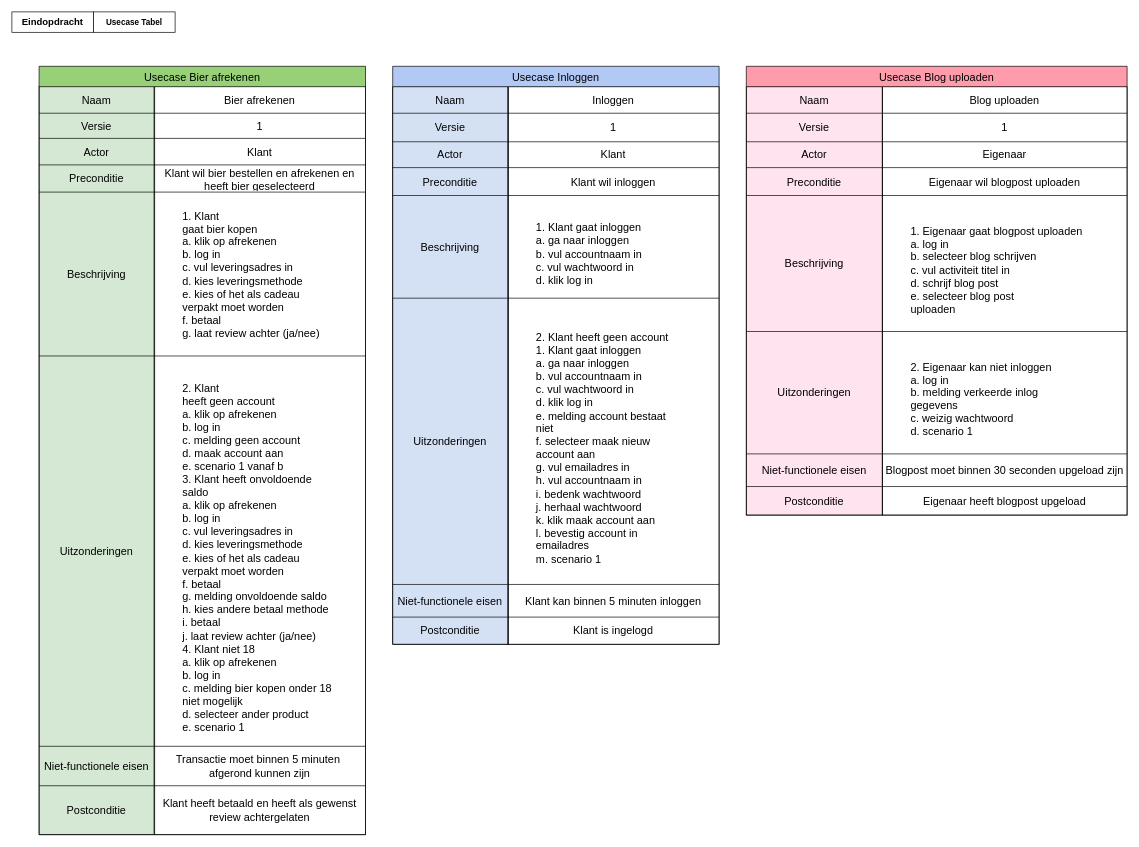
Above: page "Usecase_tabel" (3 of 4) of ProcesanalyseEindopdracht.drawio in EMB20/Procesanalyse (draw.io), before the change. Source tidied: cells renumbered, new cells numbered last; positions are measured from the earlier drawing's top-left corner, leaving out a move shared by most shapes. Both pictures are drawn from the tidied source at 68%, with x=0, y=0 at pixel (12, 12).
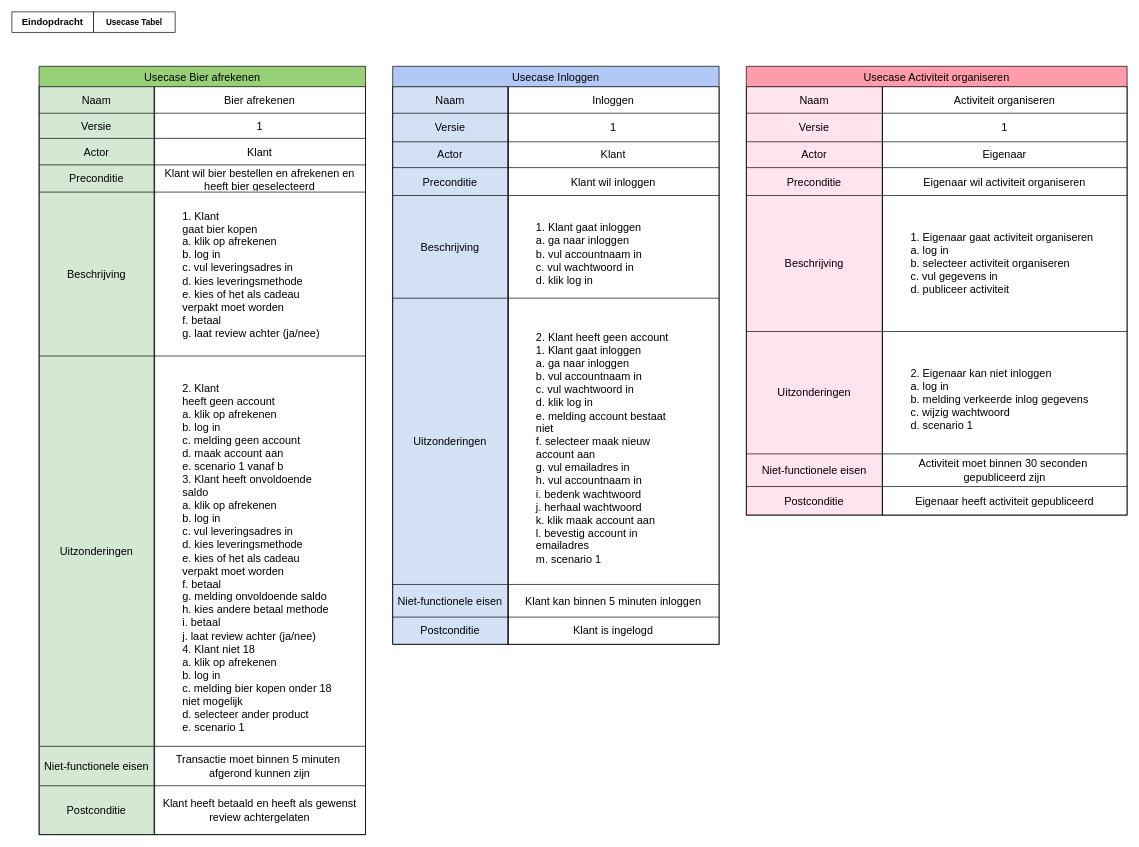
The same diagram, later.

The change refers to these unchanged cells:
```xml
<mxCell id="60" style="group;" parent="1" vertex="1">
  <mxGeometry x="1080" y="80" width="560" height="660" as="geometry" />
</mxCell>
<mxCell id="64" style="shape=tableRow;horizontal=0;startSize=0;swimlaneHead=0;swimlaneBody=0;strokeColor=inherit;top=0;left=0;bottom=0;right=0;fillColor=none;fontSize=16;" parent="63" vertex="1">
  <mxGeometry y="30" width="560" height="39" as="geometry" />
</mxCell>
<mxCell id="73" style="shape=tableRow;horizontal=0;startSize=0;swimlaneHead=0;swimlaneBody=0;strokeColor=inherit;top=0;left=0;bottom=0;right=0;fillColor=none;fontSize=16;" parent="63" vertex="1">
  <mxGeometry y="149" width="560" height="41" as="geometry" />
</mxCell>
<mxCell id="76" style="shape=tableRow;horizontal=0;startSize=0;swimlaneHead=0;swimlaneBody=0;strokeColor=inherit;top=0;left=0;bottom=0;right=0;fillColor=none;fontSize=16;align=left;" parent="63" vertex="1">
  <mxGeometry y="190" width="560" height="200" as="geometry" />
</mxCell>
<mxCell id="79" style="shape=tableRow;horizontal=0;startSize=0;swimlaneHead=0;swimlaneBody=0;strokeColor=inherit;top=0;left=0;bottom=0;right=0;fillColor=none;fontSize=16;" parent="63" vertex="1">
  <mxGeometry y="390" width="560" height="180" as="geometry" />
</mxCell>
<mxCell id="82" style="shape=tableRow;horizontal=0;startSize=0;swimlaneHead=0;swimlaneBody=0;strokeColor=inherit;top=0;left=0;bottom=0;right=0;fillColor=none;fontSize=16;" parent="63" vertex="1">
  <mxGeometry y="570" width="560" height="48" as="geometry" />
</mxCell>
<mxCell id="85" style="shape=tableRow;horizontal=0;startSize=0;swimlaneHead=0;swimlaneBody=0;strokeColor=inherit;top=0;left=0;bottom=0;right=0;fillColor=none;fontSize=16;" parent="63" vertex="1">
  <mxGeometry y="618" width="560" height="42" as="geometry" />
</mxCell>
```

Change to the diagram source:
```diff
@@
-    <mxCell id="63" value="Usecase Blog uploaden" style="shape=table;startSize=30;childLayout=tableLayout;strokeColor=default;fontSize=16;fillColor=#FF9CAC;" parent="60" vertex="1">
+    <mxCell id="63" value="Usecase Activiteit organiseren" style="shape=table;startSize=30;childLayout=tableLayout;strokeColor=default;fontSize=16;fillColor=#FF9CAC;" parent="60" vertex="1">
       <mxGeometry width="560" height="660" as="geometry" />
     </mxCell>
@@
-    <mxCell id="66" value="Blog uploaden" style="shape=partialRectangle;html=1;whiteSpace=wrap;strokeColor=inherit;overflow=hidden;fillColor=none;top=0;left=0;bottom=0;right=0;fontSize=16;" parent="64" vertex="1">
+    <mxCell id="66" value="Activiteit organiseren" style="shape=partialRectangle;html=1;whiteSpace=wrap;strokeColor=inherit;overflow=hidden;fillColor=none;top=0;left=0;bottom=0;right=0;fontSize=16;" parent="64" vertex="1">
       <mxGeometry x="200" width="360" height="39" as="geometry" />
     </mxCell>
@@
-    <mxCell id="75" value="Eigenaar wil blogpost uploaden" style="shape=partialRectangle;html=1;whiteSpace=wrap;strokeColor=inherit;overflow=hidden;fillColor=none;top=0;left=0;bottom=0;right=0;fontSize=16;" parent="73" vertex="1">
+    <mxCell id="75" value="Eigenaar wil activiteit organiseren" style="shape=partialRectangle;html=1;whiteSpace=wrap;strokeColor=inherit;overflow=hidden;fillColor=none;top=0;left=0;bottom=0;right=0;fontSize=16;" parent="73" vertex="1">
       <mxGeometry x="200" width="360" height="41" as="geometry" />
     </mxCell>
@@
-    <mxCell id="78" value="&lt;blockquote style=&quot;margin: 0 0 0 40px; border: none; padding: 0px;&quot;&gt;&lt;br&gt;&lt;div style=&quot;&quot;&gt;&lt;table style=&quot;border-collapse:&lt;br/&gt; collapse;width:272pt&quot; width=&quot;362&quot; cellspacing=&quot;0&quot; cellpadding=&quot;0&quot; border=&quot;0&quot;&gt; &lt;colgroup&gt;&lt;col style=&quot;mso-width-source:userset;mso-width-alt:12885;width:272pt&quot; width=&quot;362&quot;&gt;&lt;/colgroup&gt; &lt;tbody&gt;&lt;tr style=&quot;height:14.4pt&quot; height=&quot;19&quot;&gt;  &lt;td style=&quot;height:14.4pt;width:272pt&quot; width=&quot;362&quot; class=&quot;xl66&quot; height=&quot;19&quot;&gt;1. Eigenaar gaat blogpost uploaden&lt;/td&gt; &lt;/tr&gt; &lt;tr style=&quot;height:14.4pt&quot; height=&quot;19&quot;&gt;  &lt;td style=&quot;height:14.4pt&quot; class=&quot;xl66&quot; height=&quot;19&quot;&gt;a. log in&lt;/td&gt; &lt;/tr&gt; &lt;tr style=&quot;height:14.4pt&quot; height=&quot;19&quot;&gt;  &lt;td style=&quot;height:14.4pt&quot; class=&quot;xl65&quot; height=&quot;19&quot;&gt;b. selecteer blog schrijven&lt;/td&gt; &lt;/tr&gt; &lt;tr style=&quot;height:14.4pt&quot; height=&quot;19&quot;&gt;  &lt;td style=&quot;height:14.4pt&quot; class=&quot;xl65&quot; height=&quot;19&quot;&gt;c. vul activiteit titel in&lt;/td&gt; &lt;/tr&gt; &lt;tr style=&quot;height:14.4pt&quot; height=&quot;19&quot;&gt;  &lt;td style=&quot;height:14.4pt&quot; class=&quot;xl65&quot; height=&quot;19&quot;&gt;d. schrijf blog post&lt;/td&gt; &lt;/tr&gt; &lt;tr style=&quot;height:14.4pt&quot; height=&quot;19&quot;&gt;  &lt;td style=&quot;height:14.4pt&quot; class=&quot;xl65&quot; height=&quot;19&quot;&gt;e. selecteer blog post&lt;br&gt;  uploaden&lt;/td&gt; &lt;/tr&gt;&lt;/tbody&gt;&lt;/table&gt;&lt;/div&gt;&lt;/blockquote&gt;" style="shape=partialRectangle;html=1;whiteSpace=wrap;strokeColor=inherit;overflow=hidden;fillColor=none;top=0;left=0;bottom=0;right=0;fontSize=16;align=left;" parent="76" vertex="1">
+    <mxCell id="78" value="&lt;blockquote style=&quot;margin: 0 0 0 40px; border: none; padding: 0px;&quot;&gt;&lt;br&gt;&lt;div style=&quot;&quot;&gt;&lt;table style=&quot;border-collapse:&lt;br/&gt; collapse;width:272pt&quot; width=&quot;362&quot; cellspacing=&quot;0&quot; cellpadding=&quot;0&quot; border=&quot;0&quot;&gt; &lt;colgroup&gt;&lt;col style=&quot;mso-width-source:userset;mso-width-alt:12885;width:272pt&quot; width=&quot;362&quot;&gt;&lt;/colgroup&gt; &lt;tbody&gt;&lt;tr style=&quot;height:14.4pt&quot; height=&quot;19&quot;&gt;  &lt;td style=&quot;height:14.4pt;width:272pt&quot; width=&quot;362&quot; class=&quot;xl66&quot; height=&quot;19&quot;&gt;1. Eigenaar gaat activiteit organiseren&lt;/td&gt; &lt;/tr&gt; &lt;tr style=&quot;height:14.4pt&quot; height=&quot;19&quot;&gt;  &lt;td style=&quot;height:14.4pt&quot; class=&quot;xl66&quot; height=&quot;19&quot;&gt;a. log in&lt;/td&gt; &lt;/tr&gt; &lt;tr style=&quot;height:14.4pt&quot; height=&quot;19&quot;&gt;  &lt;td style=&quot;height:14.4pt&quot; class=&quot;xl65&quot; height=&quot;19&quot;&gt;b. selecteer activiteit organiseren&lt;/td&gt; &lt;/tr&gt; &lt;tr style=&quot;height:14.4pt&quot; height=&quot;19&quot;&gt;  &lt;td style=&quot;height:14.4pt&quot; class=&quot;xl65&quot; height=&quot;19&quot;&gt;c. vul gegevens in&lt;/td&gt; &lt;/tr&gt; &lt;tr style=&quot;height:14.4pt&quot; height=&quot;19&quot;&gt;  &lt;td style=&quot;height:14.4pt&quot; class=&quot;xl65&quot; height=&quot;19&quot;&gt;d. publiceer activiteit&lt;/td&gt; &lt;/tr&gt; &lt;tr style=&quot;height:14.4pt&quot; height=&quot;19&quot;&gt;  &lt;td style=&quot;height:14.4pt&quot; class=&quot;xl65&quot; height=&quot;19&quot;&gt;&lt;br&gt;&lt;/td&gt; &lt;/tr&gt;&lt;/tbody&gt;&lt;/table&gt;&lt;/div&gt;&lt;/blockquote&gt;" style="shape=partialRectangle;html=1;whiteSpace=wrap;strokeColor=inherit;overflow=hidden;fillColor=none;top=0;left=0;bottom=0;right=0;fontSize=16;align=left;" parent="76" vertex="1">
       <mxGeometry x="200" width="360" height="200" as="geometry" />
     </mxCell>
@@
-    <mxCell id="81" value="&lt;blockquote style=&quot;margin: 0 0 0 40px; border: none; padding: 0px;&quot;&gt;&lt;br&gt;&lt;table style=&quot;border-collapse:&lt;br/&gt; collapse;width:272pt&quot; width=&quot;362&quot; cellspacing=&quot;0&quot; cellpadding=&quot;0&quot; border=&quot;0&quot;&gt; &lt;colgroup&gt;&lt;col style=&quot;mso-width-source:userset;mso-width-alt:12885;width:272pt&quot; width=&quot;362&quot;&gt;&lt;/colgroup&gt; &lt;tbody&gt;&lt;tr style=&quot;height:14.4pt&quot; height=&quot;19&quot;&gt;  &lt;td style=&quot;height:14.4pt;width:272pt&quot; width=&quot;362&quot; class=&quot;xl65&quot; height=&quot;19&quot;&gt;2. Eigenaar kan niet inloggen&lt;/td&gt; &lt;/tr&gt; &lt;tr style=&quot;height:14.4pt&quot; height=&quot;19&quot;&gt;  &lt;td style=&quot;height:14.4pt&quot; class=&quot;xl66&quot; height=&quot;19&quot;&gt;a. log in&lt;/td&gt; &lt;/tr&gt; &lt;tr style=&quot;height:14.4pt&quot; height=&quot;19&quot;&gt;  &lt;td style=&quot;height:14.4pt&quot; class=&quot;xl66&quot; height=&quot;19&quot;&gt;b. melding verkeerde inlog&lt;br&gt;  gegevens&lt;/td&gt; &lt;/tr&gt; &lt;tr style=&quot;height:14.4pt&quot; height=&quot;19&quot;&gt;  &lt;td style=&quot;height:14.4pt&quot; class=&quot;xl66&quot; height=&quot;19&quot;&gt;c. weizig wachtwoord&lt;/td&gt; &lt;/tr&gt; &lt;tr style=&quot;height:14.4pt&quot; height=&quot;19&quot;&gt;  &lt;td style=&quot;height:14.4pt&quot; class=&quot;xl65&quot; height=&quot;19&quot;&gt;d. scenario 1&lt;/td&gt; &lt;/tr&gt;&lt;/tbody&gt;&lt;/table&gt;&lt;/blockquote&gt;" style="shape=partialRectangle;html=1;whiteSpace=wrap;strokeColor=inherit;overflow=hidden;fillColor=none;top=0;left=0;bottom=0;right=0;fontSize=16;align=left;" parent="79" vertex="1">
+    <mxCell id="81" value="&lt;blockquote style=&quot;margin: 0 0 0 40px; border: none; padding: 0px;&quot;&gt;&lt;br&gt;&lt;table style=&quot;border-collapse:&lt;br/&gt; collapse;width:272pt&quot; width=&quot;362&quot; cellspacing=&quot;0&quot; cellpadding=&quot;0&quot; border=&quot;0&quot;&gt; &lt;colgroup&gt;&lt;col style=&quot;mso-width-source:userset;mso-width-alt:12885;width:272pt&quot; width=&quot;362&quot;&gt;&lt;/colgroup&gt; &lt;tbody&gt;&lt;tr style=&quot;height:14.4pt&quot; height=&quot;19&quot;&gt;  &lt;td style=&quot;height:14.4pt;width:272pt&quot; width=&quot;362&quot; class=&quot;xl65&quot; height=&quot;19&quot;&gt;2. Eigenaar kan niet inloggen&lt;/td&gt; &lt;/tr&gt; &lt;tr style=&quot;height:14.4pt&quot; height=&quot;19&quot;&gt;  &lt;td style=&quot;height:14.4pt&quot; class=&quot;xl66&quot; height=&quot;19&quot;&gt;a. log in&lt;/td&gt; &lt;/tr&gt; &lt;tr style=&quot;height:14.4pt&quot; height=&quot;19&quot;&gt;  &lt;td style=&quot;height:14.4pt&quot; class=&quot;xl66&quot; height=&quot;19&quot;&gt;b. melding verkeerde inlog gegevens&lt;/td&gt; &lt;/tr&gt; &lt;tr style=&quot;height:14.4pt&quot; height=&quot;19&quot;&gt;  &lt;td style=&quot;height:14.4pt&quot; class=&quot;xl66&quot; height=&quot;19&quot;&gt;c. wijzig wachtwoord&lt;/td&gt; &lt;/tr&gt; &lt;tr style=&quot;height:14.4pt&quot; height=&quot;19&quot;&gt;  &lt;td style=&quot;height:14.4pt&quot; class=&quot;xl65&quot; height=&quot;19&quot;&gt;d. scenario 1&lt;/td&gt; &lt;/tr&gt;&lt;/tbody&gt;&lt;/table&gt;&lt;/blockquote&gt;" style="shape=partialRectangle;html=1;whiteSpace=wrap;strokeColor=inherit;overflow=hidden;fillColor=none;top=0;left=0;bottom=0;right=0;fontSize=16;align=left;" parent="79" vertex="1">
       <mxGeometry x="200" width="360" height="180" as="geometry" />
     </mxCell>
@@
-    <mxCell id="84" value="Blogpost moet binnen 30 seconden upgeload zijn" style="shape=partialRectangle;html=1;whiteSpace=wrap;strokeColor=inherit;overflow=hidden;fillColor=none;top=0;left=0;bottom=0;right=0;fontSize=16;align=center;" parent="82" vertex="1">
+    <mxCell id="84" value="Activiteit moet binnen 30 seconden&amp;nbsp;&lt;div&gt;gepubliceerd zijn&lt;/div&gt;" style="shape=partialRectangle;html=1;whiteSpace=wrap;strokeColor=inherit;overflow=hidden;fillColor=none;top=0;left=0;bottom=0;right=0;fontSize=16;align=center;" parent="82" vertex="1">
       <mxGeometry x="200" width="360" height="48" as="geometry" />
     </mxCell>
@@
-    <mxCell id="87" value="Eigenaar heeft blogpost upgeload" style="shape=partialRectangle;html=1;whiteSpace=wrap;strokeColor=inherit;overflow=hidden;fillColor=none;top=0;left=0;bottom=0;right=0;fontSize=16;align=center;" parent="85" vertex="1">
+    <mxCell id="87" value="Eigenaar heeft activiteit gepubliceerd" style="shape=partialRectangle;html=1;whiteSpace=wrap;strokeColor=inherit;overflow=hidden;fillColor=none;top=0;left=0;bottom=0;right=0;fontSize=16;align=center;" parent="85" vertex="1">
       <mxGeometry x="200" width="360" height="42" as="geometry" />
     </mxCell>
```
